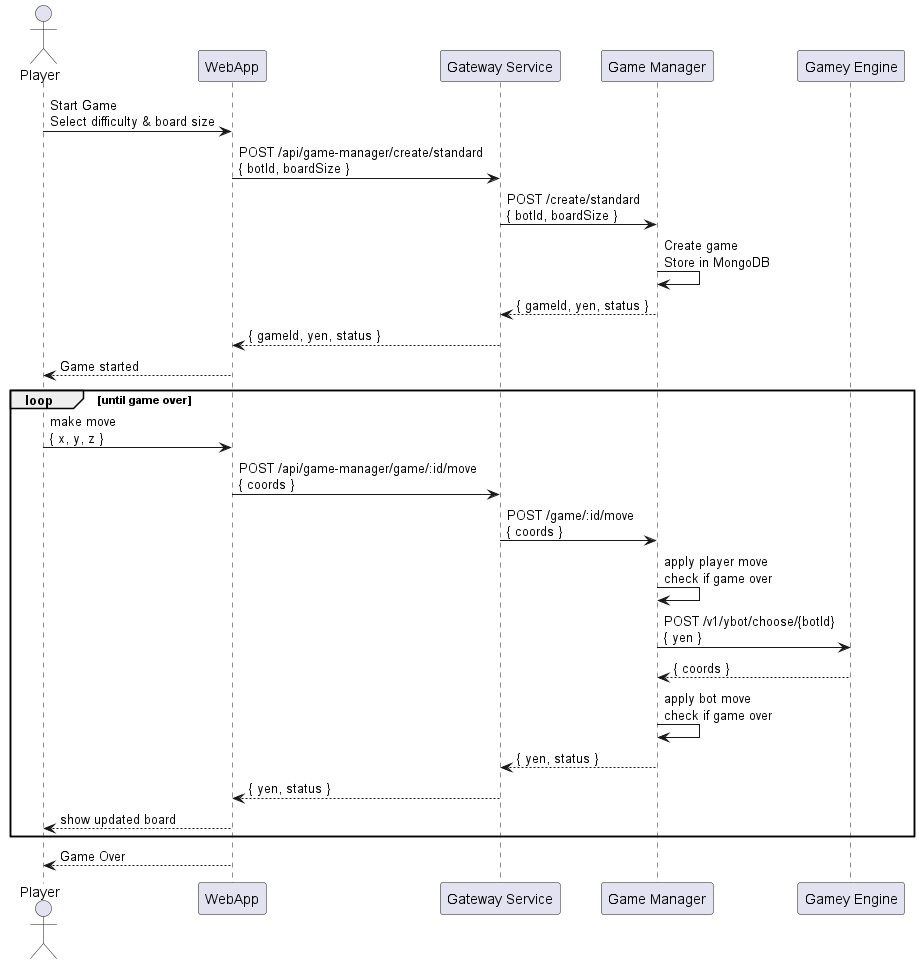
This is images/Sequence diagram - Game Loop .png from Arquisoft/yovi_en3a, a PlantUML export, as it was before one commit. Source of this version:
```plantuml
@startuml

actor "Player" as User
participant "WebApp" as Web
participant "Gateway Service" as Gateway
participant "Game Manager" as GameCore
participant "Gamey Engine" as Bot

User -> Web : Start Game\nSelect difficulty & board size
Web -> Gateway : POST /api/game-manager/create/standard\n{ botId, boardSize }
Gateway -> GameCore : POST /create/standard\n{ botId, boardSize }
GameCore -> GameCore : Create game\nStore in MongoDB
GameCore --> Gateway : { gameId, yen, status }
Gateway --> Web : { gameId, yen, status }
Web --> User : Game started

loop until game over

    User -> Web : make move\n{ x, y, z }
    Web -> Gateway : POST /api/game-manager/game/:id/move\n{ coords }
    Gateway -> GameCore : POST /game/:id/move\n{ coords }
    GameCore -> GameCore : apply player move\ncheck if game over

    GameCore -> Bot : POST /v1/ybot/choose/{botId}\n{ yen }
    Bot --> GameCore : { coords }
    GameCore -> GameCore : apply bot move\ncheck if game over

    GameCore --> Gateway : { yen, status }
    Gateway --> Web : { yen, status }
    Web --> User : show updated board

end

Web --> User : Game Over

@enduml
```
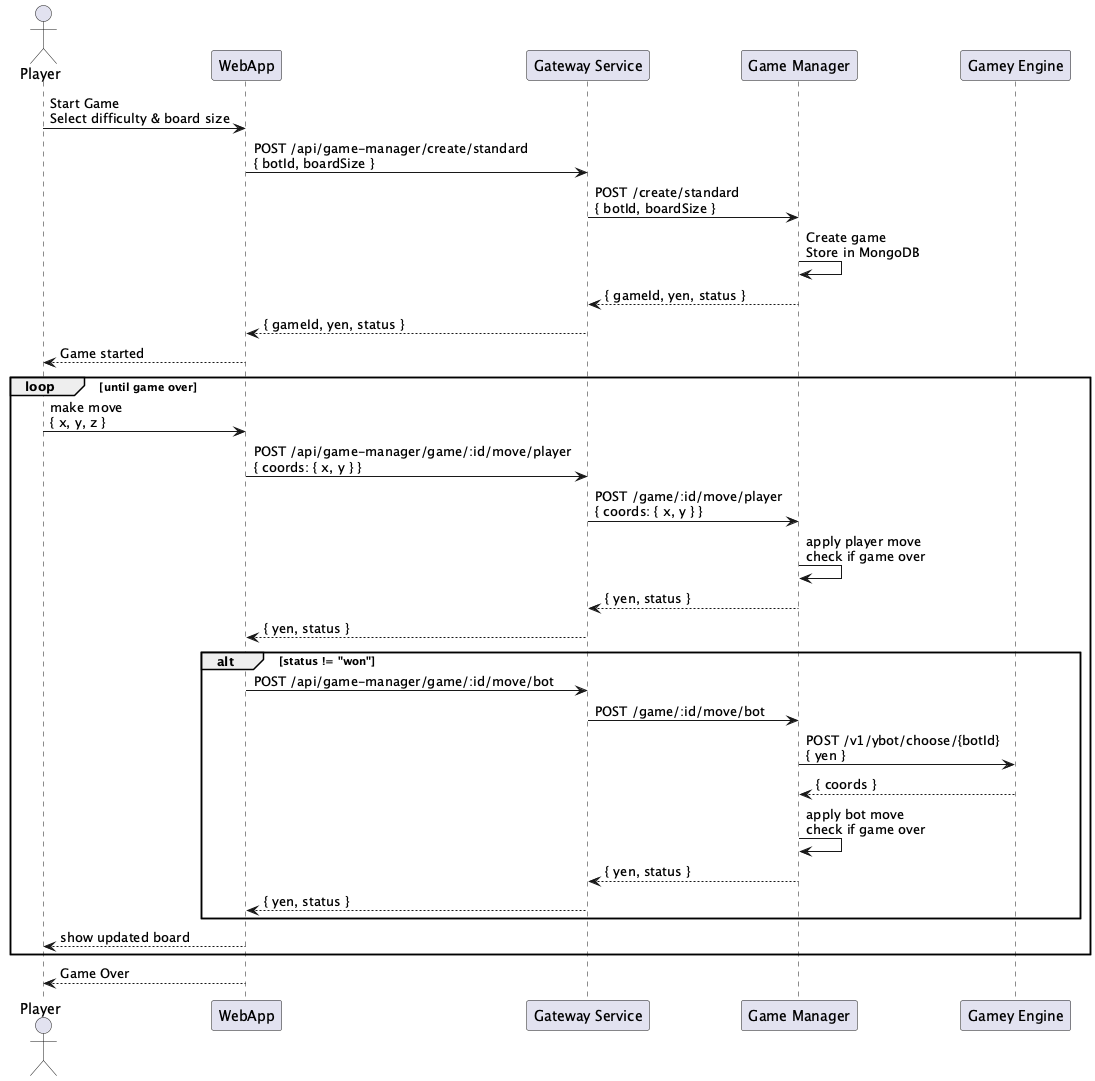
After the change.

Change to the diagram source:
```diff
@@ -17,16 +17,23 @@
 loop until game over
 
     User -> Web : make move\n{ x, y, z }
-    Web -> Gateway : POST /api/game-manager/game/:id/move\n{ coords }
-    Gateway -> GameCore : POST /game/:id/move\n{ coords }
+
+    Web -> Gateway : POST /api/game-manager/game/:id/move/player\n{ coords: { x, y } }
+    Gateway -> GameCore : POST /game/:id/move/player\n{ coords: { x, y } }
     GameCore -> GameCore : apply player move\ncheck if game over
-
-    GameCore -> Bot : POST /v1/ybot/choose/{botId}\n{ yen }
-    Bot --> GameCore : { coords }
-    GameCore -> GameCore : apply bot move\ncheck if game over
-
     GameCore --> Gateway : { yen, status }
     Gateway --> Web : { yen, status }
+
+    alt status != "won"
+        Web -> Gateway : POST /api/game-manager/game/:id/move/bot
+        Gateway -> GameCore : POST /game/:id/move/bot
+        GameCore -> Bot : POST /v1/ybot/choose/{botId}\n{ yen }
+        Bot --> GameCore : { coords }
+        GameCore -> GameCore : apply bot move\ncheck if game over
+        GameCore --> Gateway : { yen, status }
+        Gateway --> Web : { yen, status }
+    end
+
     Web --> User : show updated board
 
 end
```
